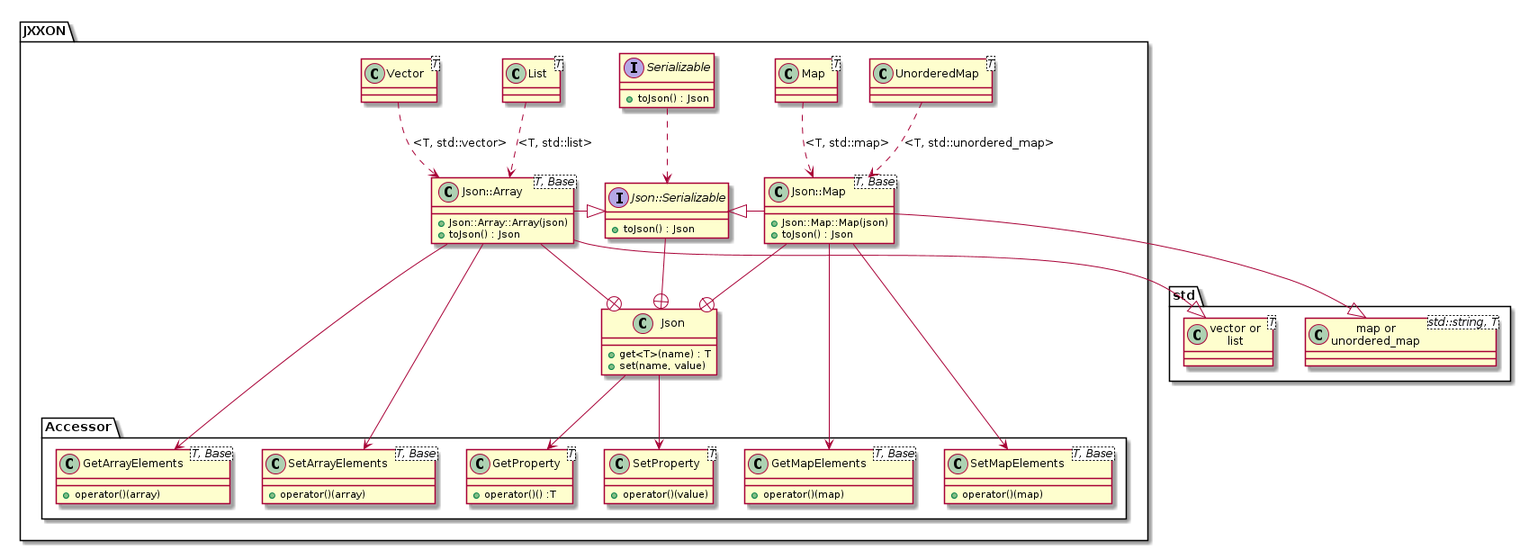
Earlier version of the PlantUML export docs/class-diagram.png (jxx-project/JXXON). The source it was exported from:
```plantuml
@startuml

namespace std {
	class "vector or\nlist<T>" as ArrayBase
	class "map or\nunordered_map<std::string, T>" as MapBase
}

namespace JXXON {
	class Json {
		+get<T>(name) : T
		+set(name, value)
	}

	interface "Json::Serializable" as Json_Serializable {
		+toJson() : Json
	}
	Json_Serializable --+ Json

	interface Serializable {
		+toJson() : Json
	}
	Serializable ..> Json_Serializable

	class "Json::Array" as Json_Array<T, Base> {
		+Json::Array::Array(json)
		+toJson() : Json
	}
	Json_Array --+ Json
	Json_Array -right-|> Json_Serializable
	Json_Array --|> std.ArrayBase

	class Vector<T>
	Vector ..> Json_Array : <T, std::vector>

	class List<T>
	List ..> Json_Array : <T, std::list>

	class "Json::Map" as Json_Map<T, Base> {
		+Json::Map::Map(json)
		+toJson() : Json
	}
	Json_Map --+ Json
	Json_Map -left-|> Json_Serializable
	Json_Map --|> std.MapBase

	class Map<T>
	Map ..> Json_Map : <T, std::map>

	class UnorderedMap<T>
	UnorderedMap ..> Json_Map : <T, std::unordered_map>

	namespace Accessor {
		class GetProperty<T> {
			+operator()() :T
		}
		JXXON.Json --> GetProperty

		class SetProperty<T> {
			+operator()(value)
		}
		JXXON.Json --> SetProperty

		class GetArrayElements<T, Base> {
			+operator()(array)
		}
		JXXON.Json_Array --> GetArrayElements

		class SetArrayElements<T, Base> {
			+operator()(array)
		}
		JXXON.Json_Array --> SetArrayElements

		class GetMapElements<T, Base> {
			+operator()(map)
		}
		JXXON.Json_Map --> GetMapElements

		class SetMapElements<T, Base> {
			+operator()(map)
		}
		JXXON.Json_Map --> SetMapElements
	}
}

@enduml
```
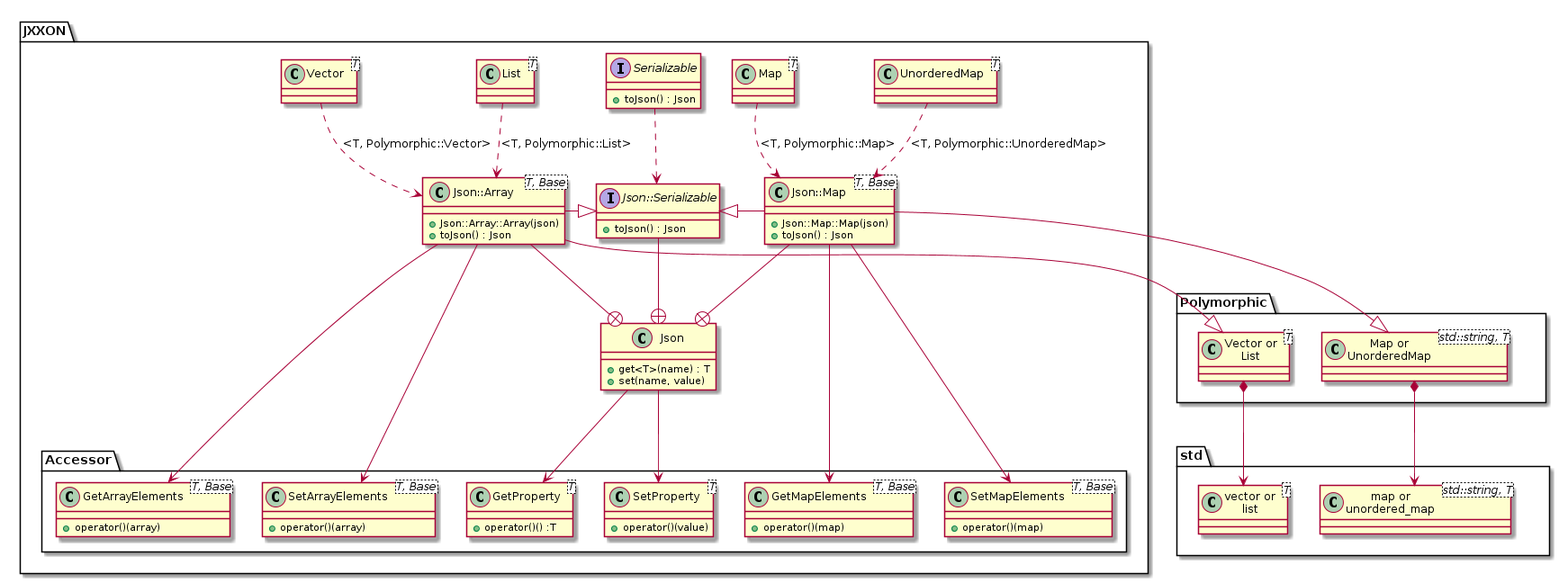
The same file after the commit.

Commit message:
Switch to Polymorphic decorators.

What changed in the source:
```diff
@@ -4,6 +4,15 @@
 	class "vector or\nlist<T>" as ArrayBase
 	class "map or\nunordered_map<std::string, T>" as MapBase
 }
+
+namespace Polymorphic {
+	class "Vector or\nList<T>" as ArrayBase
+	class "Map or\nUnorderedMap<std::string, T>" as MapBase
+	ArrayBase *-> std.ArrayBase
+	MapBase *-> std.MapBase
+}
+
+Polymorphic -[hidden]down- std
 
 namespace JXXON {
 	class Json {
@@ -27,13 +36,13 @@
 	}
 	Json_Array --+ Json
 	Json_Array -right-|> Json_Serializable
-	Json_Array --|> std.ArrayBase
+	Json_Array --|> Polymorphic.ArrayBase
 
 	class Vector<T>
-	Vector ..> Json_Array : <T, std::vector>
+	Vector ..> Json_Array : <T, Polymorphic::Vector>
 
 	class List<T>
-	List ..> Json_Array : <T, std::list>
+	List ..> Json_Array : <T, Polymorphic::List>
 
 	class "Json::Map" as Json_Map<T, Base> {
 		+Json::Map::Map(json)
@@ -41,13 +50,13 @@
 	}
 	Json_Map --+ Json
 	Json_Map -left-|> Json_Serializable
-	Json_Map --|> std.MapBase
+	Json_Map --|> Polymorphic.MapBase
 
 	class Map<T>
-	Map ..> Json_Map : <T, std::map>
+	Map ..> Json_Map : <T, Polymorphic::Map>
 
 	class UnorderedMap<T>
-	UnorderedMap ..> Json_Map : <T, std::unordered_map>
+	UnorderedMap ..> Json_Map : <T, Polymorphic::UnorderedMap>
 
 	namespace Accessor {
 		class GetProperty<T> {
```
